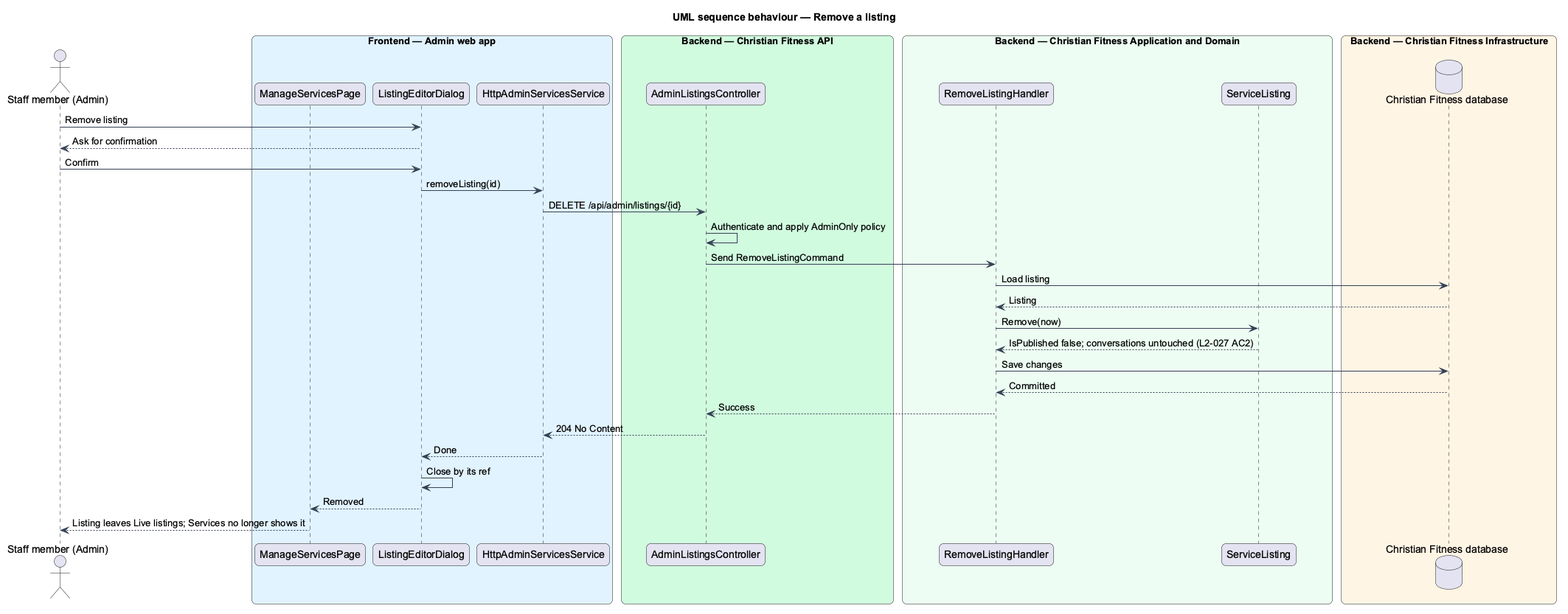
Before: docs/detailed-designs/admin-services/edit-and-remove-listings/diagrams/sequence-remove.png, a diagram exported from PlantUML (QuinntyneBrown/christian-fitness).
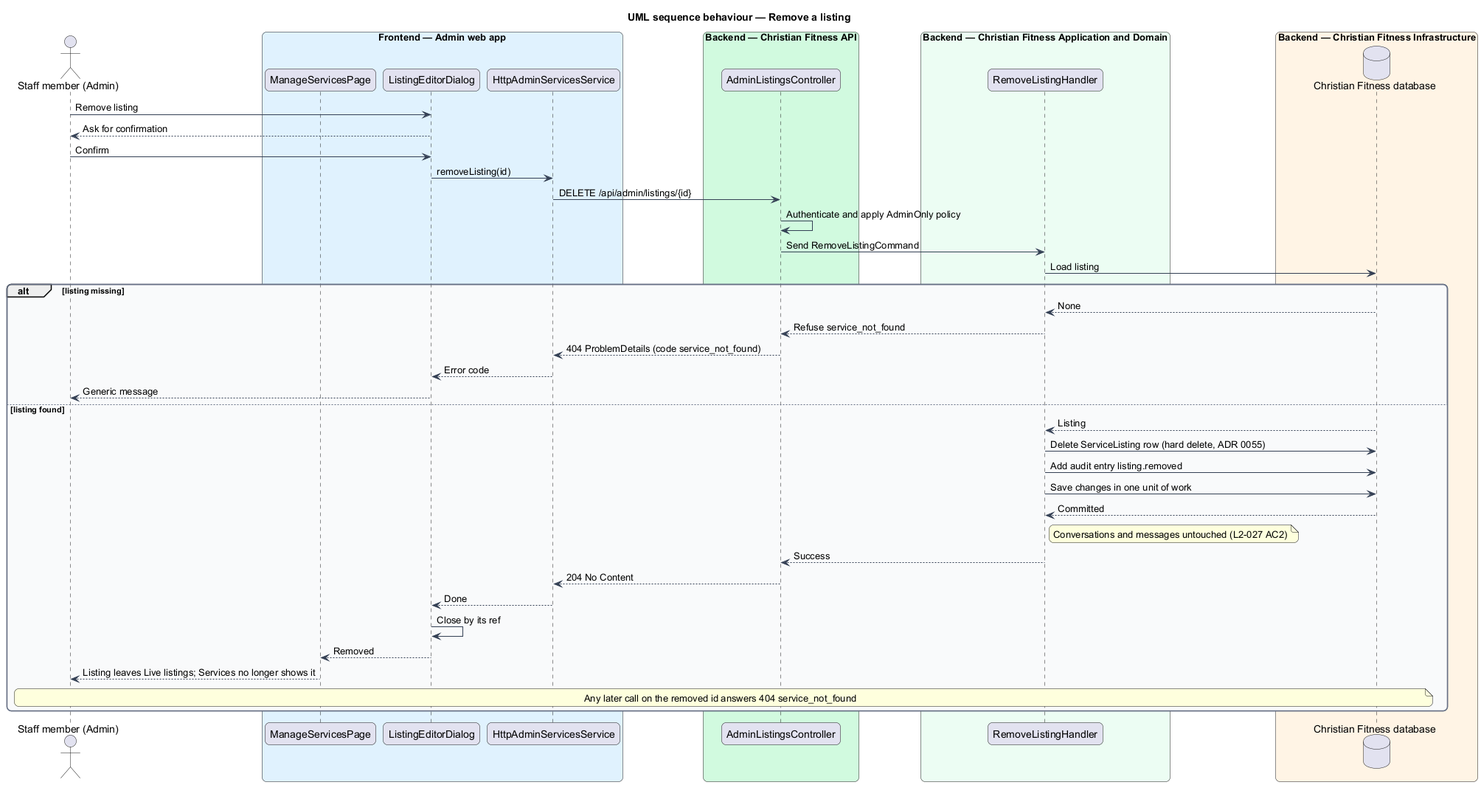
After the commit.

Diff of the diagram source:
```diff
@@ -25,7 +25,6 @@
 end box
 box "Backend — Christian Fitness Application and Domain" #ECFDF3
   participant "RemoveListingHandler" as h
-  participant "ServiceListing" as ent
 end box
 box "Backend — Christian Fitness Infrastructure" #FFF4E5
   database "Christian Fitness database" as db
@@ -38,15 +37,25 @@
 ctrl -> ctrl : Authenticate and apply AdminOnly policy
 ctrl -> h : Send RemoveListingCommand
 h -> db : Load listing
-db --> h : Listing
-h -> ent : Remove(now)
-ent --> h : IsPublished false; conversations untouched (L2-027 AC2)
-h -> db : Save changes
-db --> h : Committed
-h --> ctrl : Success
-ctrl --> client : 204 No Content
-client --> dlg : Done
-dlg -> dlg : Close by its ref
-dlg --> page : Removed
-page --> actor : Listing leaves Live listings; Services no longer shows it
+alt listing missing
+  db --> h : None
+  h --> ctrl : Refuse service_not_found
+  ctrl --> client : 404 ProblemDetails (code service_not_found)
+  client --> dlg : Error code
+  dlg --> actor : Generic message
+else listing found
+  db --> h : Listing
+  h -> db : Delete ServiceListing row (hard delete, ADR 0055)
+  h -> db : Add audit entry listing.removed
+  h -> db : Save changes in one unit of work
+  db --> h : Committed
+  note right of h : Conversations and messages untouched (L2-027 AC2)
+  h --> ctrl : Success
+  ctrl --> client : 204 No Content
+  client --> dlg : Done
+  dlg -> dlg : Close by its ref
+  dlg --> page : Removed
+  page --> actor : Listing leaves Live listings; Services no longer shows it
+  note over actor, db : Any later call on the removed id answers 404 service_not_found
+end
 @enduml
```
